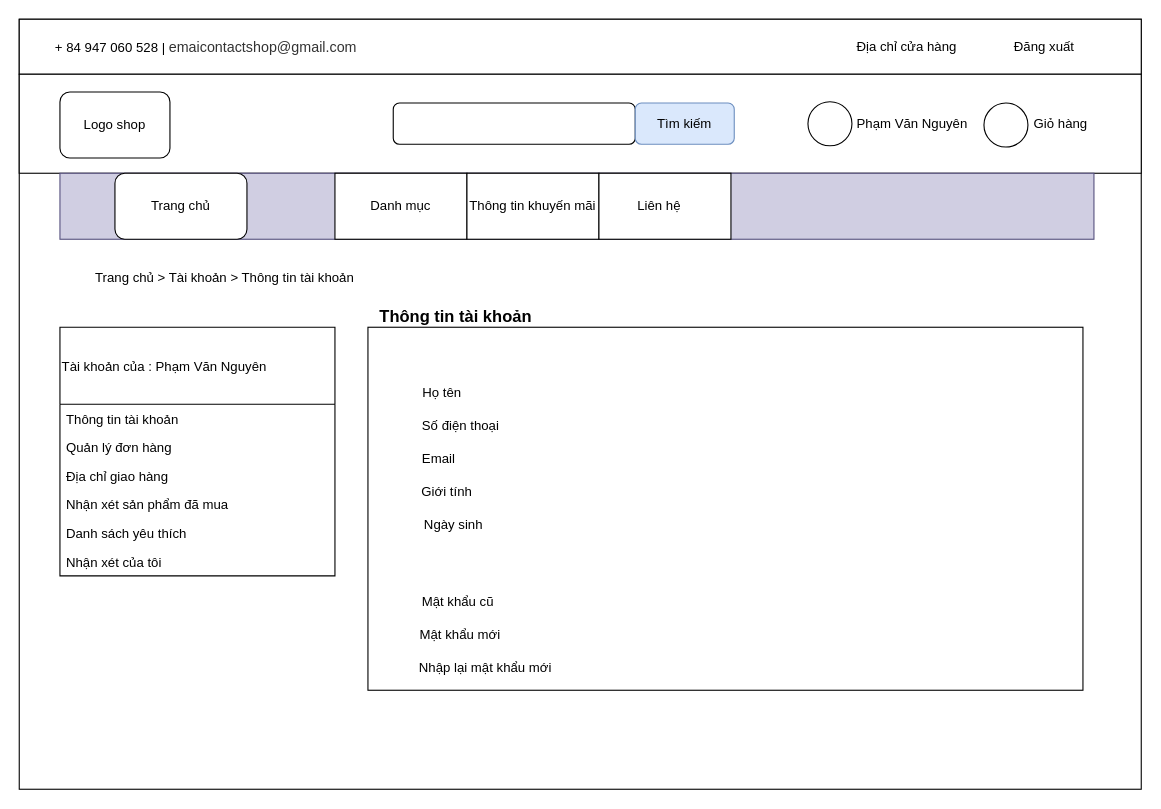
Before: page "Page-1" (1 of 2) of mockup-fe/infoAccount-mockup.drawio in nguyenphamvan/datn_20202, a draw.io diagram. Source tidied: cells renumbered, new cells numbered last; positions are measured from the earlier drawing's top-left corner, leaving out a move shared by most shapes. Both pictures are drawn from the tidied source at 110%, with x=0, y=0 at pixel (19, 19).
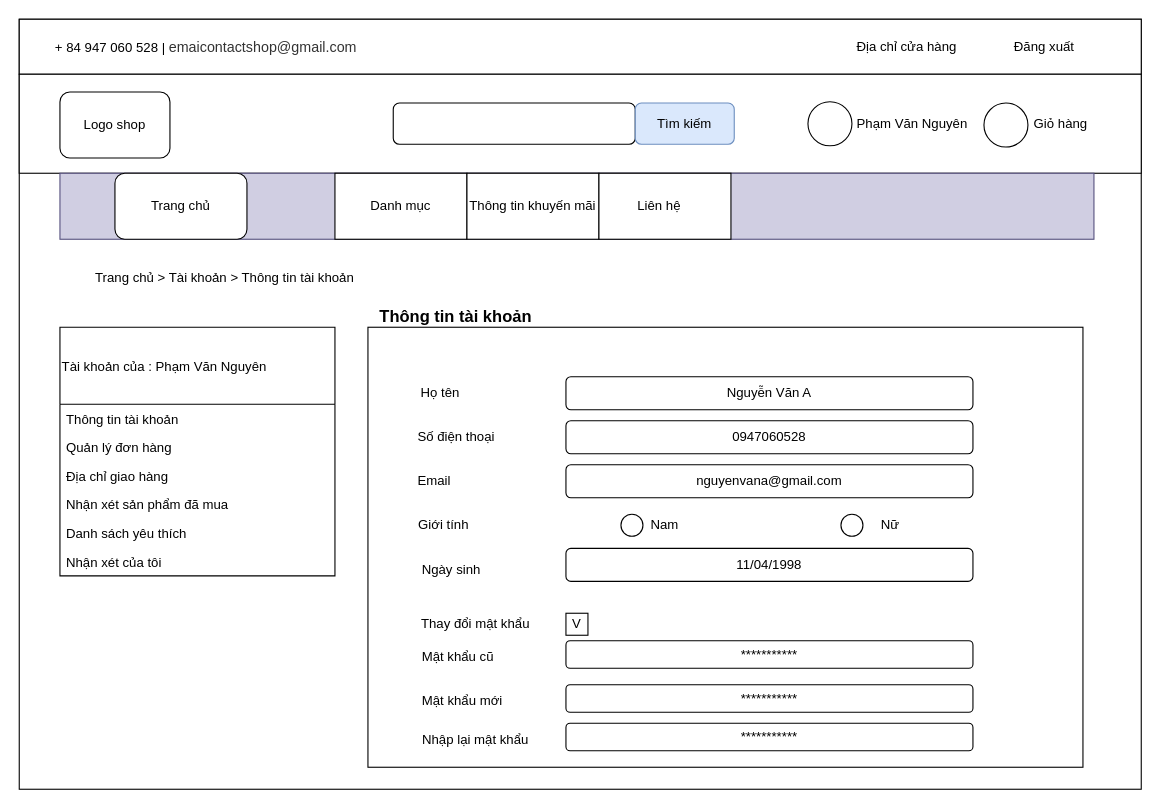
The same page after the edit.

The edit, as a diff of the source:
```diff
@@
     <mxCell id="34" style="rounded=0;whiteSpace=wrap;html=1;align=left;" parent="1" vertex="1">
-      <mxGeometry x="317" y="280" width="650" height="330" as="geometry" />
+      <mxGeometry x="317" y="280" width="650" height="400" as="geometry" />
     </mxCell>
@@
     <mxCell id="36" value="Họ tên" style="text;html=1;strokeColor=none;fillColor=none;align=center;verticalAlign=middle;whiteSpace=wrap;rounded=0;" parent="1" vertex="1">
-      <mxGeometry x="352" y="330" width="65" height="20" as="geometry" />
+      <mxGeometry x="360.8" y="330" width="43.8" height="20" as="geometry" />
     </mxCell>
     <mxCell id="37" value="Số điện thoại" style="text;html=1;strokeColor=none;fillColor=none;align=center;verticalAlign=middle;whiteSpace=wrap;rounded=0;" parent="1" vertex="1">
-      <mxGeometry x="364.5" y="360" width="72.5" height="20" as="geometry" />
+      <mxGeometry x="360.8" y="370" width="72.5" height="20" as="geometry" />
     </mxCell>
     <mxCell id="38" value="Email" style="text;html=1;strokeColor=none;fillColor=none;align=center;verticalAlign=middle;whiteSpace=wrap;rounded=0;" parent="1" vertex="1">
-      <mxGeometry x="364.5" y="390" width="32.5" height="20" as="geometry" />
+      <mxGeometry x="360.8" y="410" width="32.5" height="20" as="geometry" />
     </mxCell>
     <mxCell id="39" value="Giới tính" style="text;html=1;strokeColor=none;fillColor=none;align=center;verticalAlign=middle;whiteSpace=wrap;rounded=0;" parent="1" vertex="1">
-      <mxGeometry x="360.8" y="420" width="56.2" height="20" as="geometry" />
+      <mxGeometry x="358.2" y="450" width="56.2" height="20" as="geometry" />
     </mxCell>
     <mxCell id="40" value="Ngày sinh" style="text;html=1;strokeColor=none;fillColor=none;align=center;verticalAlign=middle;whiteSpace=wrap;rounded=0;" parent="1" vertex="1">
-      <mxGeometry x="364.5" y="450" width="60" height="20" as="geometry" />
+      <mxGeometry x="362.6" y="491" width="60" height="20" as="geometry" />
     </mxCell>
     <mxCell id="41" value="Mật khẩu cũ" style="text;html=1;strokeColor=none;fillColor=none;align=center;verticalAlign=middle;whiteSpace=wrap;rounded=0;" parent="1" vertex="1">
-      <mxGeometry x="360.8" y="520" width="76.2" height="20" as="geometry" />
+      <mxGeometry x="360.8" y="570" width="76.2" height="20" as="geometry" />
     </mxCell>
     <mxCell id="42" value="Mật khẩu mới" style="text;html=1;strokeColor=none;fillColor=none;align=center;verticalAlign=middle;whiteSpace=wrap;rounded=0;" parent="1" vertex="1">
-      <mxGeometry x="360.8" y="550" width="80" height="20" as="geometry" />
+      <mxGeometry x="362.6" y="610" width="80" height="20" as="geometry" />
     </mxCell>
-    <mxCell id="43" value="Nhập lại mật khẩu mới" style="text;html=1;strokeColor=none;fillColor=none;align=center;verticalAlign=middle;whiteSpace=wrap;rounded=0;" parent="1" vertex="1">
-      <mxGeometry x="360.8" y="580" width="126.2" height="20" as="geometry" />
+    <mxCell id="43" value="Nhập lại mật khẩu" style="text;html=1;strokeColor=none;fillColor=none;align=center;verticalAlign=middle;whiteSpace=wrap;rounded=0;" parent="1" vertex="1">
+      <mxGeometry x="362.6" y="645" width="104.4" height="20" as="geometry" />
     </mxCell>
+    <mxCell id="44" value="Nguyễn Văn A" style="rounded=1;whiteSpace=wrap;html=1;align=center;" parent="1" vertex="1">
+      <mxGeometry x="497" y="325" width="370" height="30" as="geometry" />
+    </mxCell>
+    <mxCell id="45" value="0947060528" style="rounded=1;whiteSpace=wrap;html=1;" parent="1" vertex="1">
+      <mxGeometry x="497" y="365" width="370" height="30" as="geometry" />
+    </mxCell>
+    <mxCell id="46" value="nguyenvana@gmail.com" style="rounded=1;whiteSpace=wrap;html=1;" parent="1" vertex="1">
+      <mxGeometry x="497" y="405" width="370" height="30" as="geometry" />
+    </mxCell>
+    <mxCell id="47" style="ellipse;whiteSpace=wrap;html=1;" parent="1" vertex="1">
+      <mxGeometry x="547" y="450" width="20" height="20" as="geometry" />
+    </mxCell>
+    <mxCell id="48" value="Nam" style="text;html=1;strokeColor=none;fillColor=none;align=center;verticalAlign=middle;whiteSpace=wrap;rounded=0;" parent="1" vertex="1">
+      <mxGeometry x="567" y="450" width="40" height="20" as="geometry" />
+    </mxCell>
+    <mxCell id="49" style="ellipse;whiteSpace=wrap;html=1;" parent="1" vertex="1">
+      <mxGeometry x="747" y="450" width="20" height="20" as="geometry" />
+    </mxCell>
+    <mxCell id="50" value="Nữ" style="text;html=1;strokeColor=none;fillColor=none;align=center;verticalAlign=middle;whiteSpace=wrap;rounded=0;" parent="1" vertex="1">
+      <mxGeometry x="777" y="450" width="30" height="20" as="geometry" />
+    </mxCell>
+    <mxCell id="51" value="11/04/1998" style="rounded=1;whiteSpace=wrap;html=1;" parent="1" vertex="1">
+      <mxGeometry x="497" y="481" width="370" height="30" as="geometry" />
+    </mxCell>
+    <mxCell id="52" value="Thay đổi mật khẩu" style="text;html=1;strokeColor=none;fillColor=none;align=center;verticalAlign=middle;whiteSpace=wrap;rounded=0;" parent="1" vertex="1">
+      <mxGeometry x="362.6" y="540" width="104.4" height="20" as="geometry" />
+    </mxCell>
+    <mxCell id="53" value="V" style="rounded=0;whiteSpace=wrap;html=1;" parent="1" vertex="1">
+      <mxGeometry x="497" y="540" width="20" height="20" as="geometry" />
+    </mxCell>
+    <mxCell id="54" value="***********" style="rounded=1;whiteSpace=wrap;html=1;align=center;" parent="1" vertex="1">
+      <mxGeometry x="497" y="565" width="370" height="25" as="geometry" />
+    </mxCell>
+    <mxCell id="55" value="***********" style="rounded=1;whiteSpace=wrap;html=1;align=center;" parent="1" vertex="1">
+      <mxGeometry x="497" y="605" width="370" height="25" as="geometry" />
+    </mxCell>
+    <mxCell id="56" value="***********" style="rounded=1;whiteSpace=wrap;html=1;align=center;" parent="1" vertex="1">
+      <mxGeometry x="497" y="640" width="370" height="25" as="geometry" />
+    </mxCell>
```
